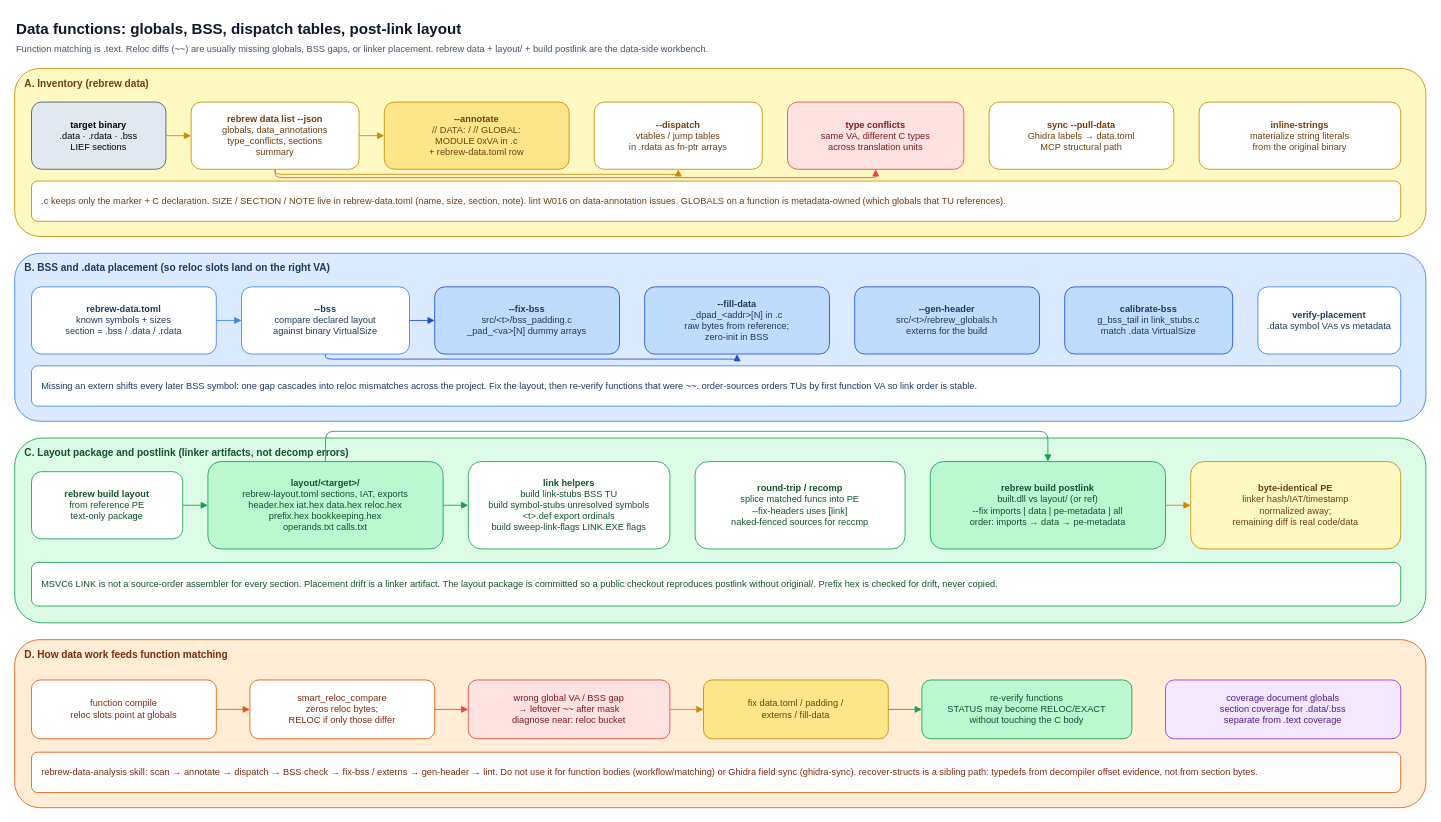
The draw.io diagram page "7. Data, globals, layout" (6 of 6) of docs/architecture.drawio in maci0/rebrew, before the edit. Source tidied: cells renumbered, new cells numbered last; positions are measured from the earlier drawing's top-left corner, leaving out a move shared by most shapes. Both pictures are drawn from the tidied source at 84%, with x=0, y=0 at pixel (14, 14).
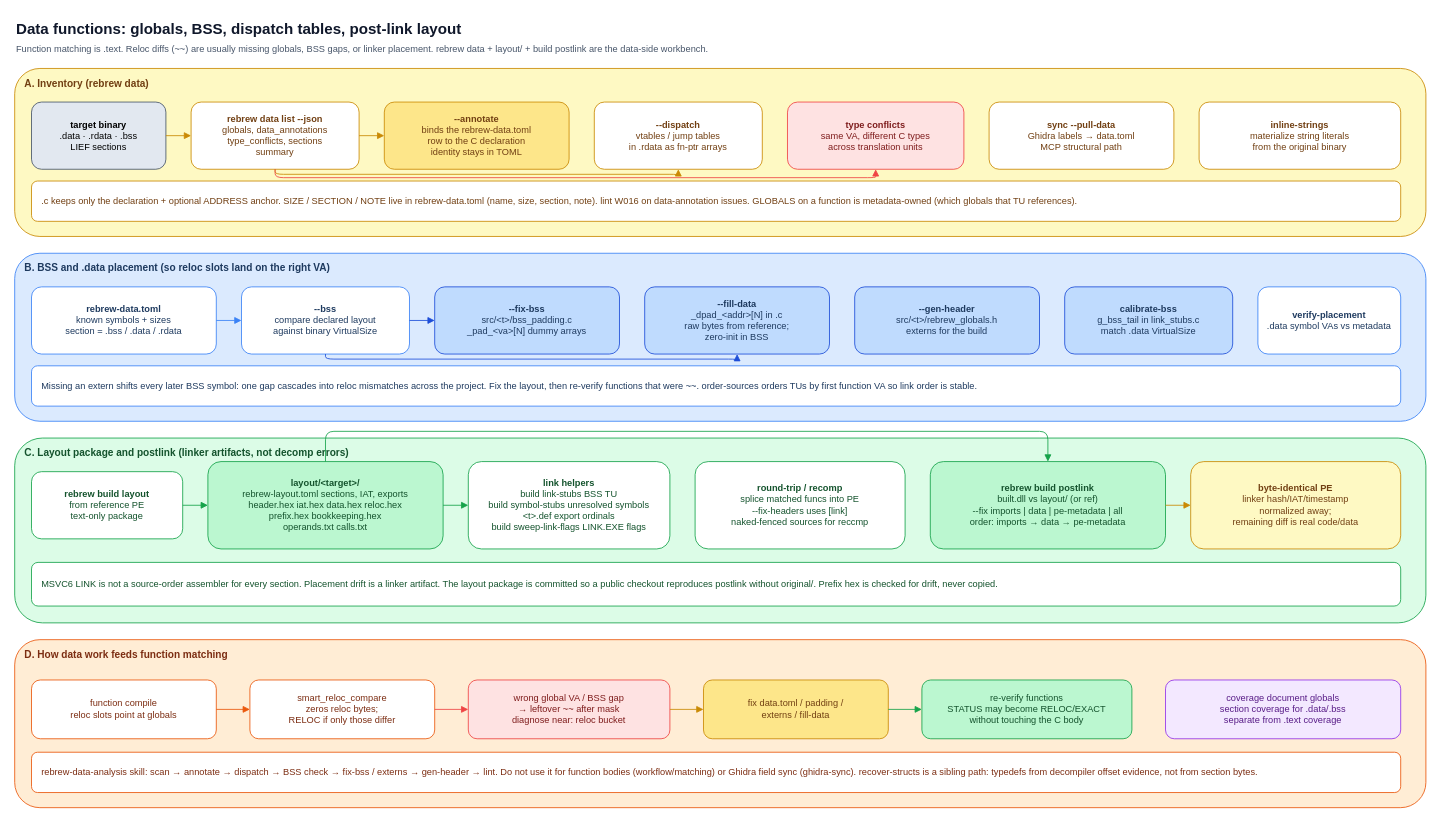
After the change.

Change to the diagram source:
```diff
@@
-    <mxCell id="7" value="&lt;b&gt;--annotate&lt;/b&gt;&lt;br&gt;// DATA: / // GLOBAL:&lt;br&gt;MODULE 0xVA in .c&lt;br&gt;+ rebrew-data.toml row" style="rounded=1;whiteSpace=wrap;html=1;fillColor=#fde68a;strokeColor=#ca8a04;fontColor=#713f12;align=center;fontSize=11;" parent="1" vertex="1">
+    <mxCell id="7" value="&lt;b&gt;--annotate&lt;/b&gt;&lt;br&gt;binds the rebrew-data.toml&lt;br&gt;row to the C declaration&lt;br&gt;identity stays in TOML" style="rounded=1;whiteSpace=wrap;html=1;fillColor=#fde68a;strokeColor=#ca8a04;fontColor=#713f12;align=center;fontSize=11;" parent="1" vertex="1">
       <mxGeometry x="440" y="104" width="220" height="80" as="geometry" />
     </mxCell>
@@
-    <mxCell id="12" value=".c keeps only the marker + C declaration. SIZE / SECTION / NOTE live in rebrew-data.toml (name, size, section, note). lint W016 on data-annotation issues. GLOBALS on a function is metadata-owned (which globals that TU references)." style="rounded=1;whiteSpace=wrap;html=1;fillColor=#ffffff;strokeColor=#ca8a04;fontColor=#713f12;align=left;spacingLeft=10;fontSize=11;" parent="1" vertex="1">
+    <mxCell id="12" value=".c keeps only the declaration + optional ADDRESS anchor. SIZE / SECTION / NOTE live in rebrew-data.toml (name, size, section, note). lint W016 on data-annotation issues. GLOBALS on a function is metadata-owned (which globals that TU references)." style="rounded=1;whiteSpace=wrap;html=1;fillColor=#ffffff;strokeColor=#ca8a04;fontColor=#713f12;align=left;spacingLeft=10;fontSize=11;" parent="1" vertex="1">
       <mxGeometry x="20" y="198" width="1630" height="48" as="geometry" />
     </mxCell>
```
